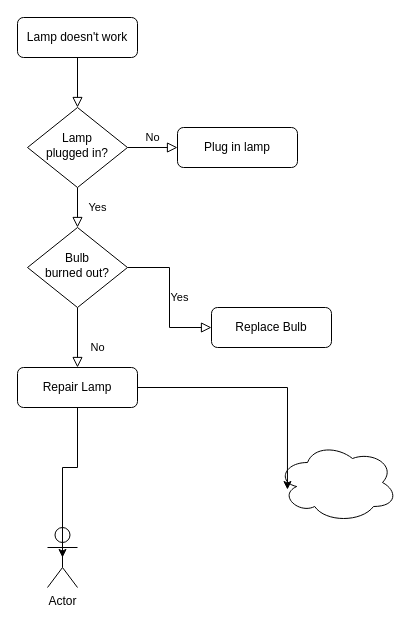
The draw.io diagram Diagrama sem nome.drawio in Helenyukari/BootCamp-Analise-de-Dados-com-Power-BI, before the edit. Source tidied: cells renumbered, new cells numbered last; positions are measured from the earlier drawing's top-left corner, leaving out a move shared by most shapes. Both pictures are drawn from the tidied source at 100%, with x=0, y=0 at pixel (17, 17).
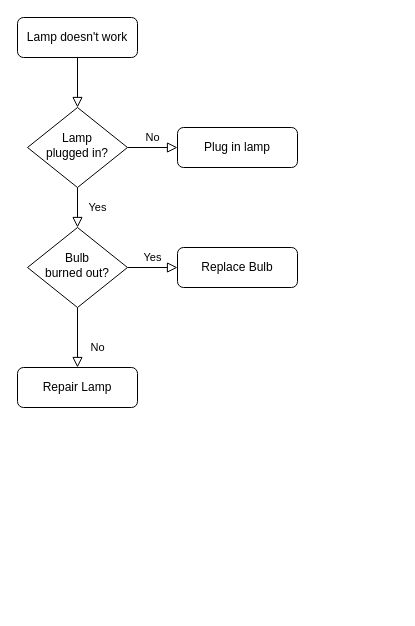
Above is the later version.

Diff of the diagram source:
```diff
@@
 <mxGraphModel>
   <root>
     <mxCell id="0" />
     <mxCell id="1" parent="0" />
     <mxCell id="2" style="rounded=0;html=1;jettySize=auto;fontSize=11;endArrow=block;endFill=0;endSize=8;strokeWidth=1;shadow=0;labelBackgroundColor=none;edgeStyle=orthogonalEdgeStyle;" parent="1" edge="1" source="3" target="6">
       <mxGeometry relative="1" as="geometry" />
     </mxCell>
     <mxCell id="3" value="Lamp doesn't work" style="rounded=1;whiteSpace=wrap;html=1;fontSize=12;glass=0;strokeWidth=1;shadow=0;" parent="1" vertex="1">
       <mxGeometry width="120" height="40" as="geometry" />
     </mxCell>
     <mxCell id="4" value="Yes" style="rounded=0;html=1;jettySize=auto;fontSize=11;endArrow=block;endFill=0;endSize=8;strokeWidth=1;shadow=0;labelBackgroundColor=none;edgeStyle=orthogonalEdgeStyle;" parent="1" edge="1" source="6" target="10">
       <mxGeometry y="20" relative="1" as="geometry" />
     </mxCell>
     <mxCell id="5" value="No" style="edgeStyle=orthogonalEdgeStyle;rounded=0;html=1;jettySize=auto;fontSize=11;endArrow=block;endFill=0;endSize=8;strokeWidth=1;shadow=0;labelBackgroundColor=none;" parent="1" edge="1" source="6" target="7">
       <mxGeometry y="10" relative="1" as="geometry" />
     </mxCell>
     <mxCell id="6" value="Lamp&lt;br&gt;plugged in?" style="rhombus;whiteSpace=wrap;html=1;shadow=0;fontFamily=Helvetica;fontSize=12;align=center;strokeWidth=1;spacing=6;spacingTop=-4;" parent="1" vertex="1">
       <mxGeometry x="10" y="90" width="100" height="80" as="geometry" />
     </mxCell>
     <mxCell id="7" value="Plug in lamp" style="rounded=1;whiteSpace=wrap;html=1;fontSize=12;glass=0;strokeWidth=1;shadow=0;" parent="1" vertex="1">
       <mxGeometry x="160" y="110" width="120" height="40" as="geometry" />
     </mxCell>
     <mxCell id="8" value="No" style="rounded=0;html=1;jettySize=auto;fontSize=11;endArrow=block;endFill=0;endSize=8;strokeWidth=1;shadow=0;labelBackgroundColor=none;edgeStyle=orthogonalEdgeStyle;" parent="1" edge="1" source="10" target="11">
       <mxGeometry x="0.33" y="20" relative="1" as="geometry" />
     </mxCell>
     <mxCell id="9" value="Yes" style="edgeStyle=orthogonalEdgeStyle;rounded=0;html=1;jettySize=auto;fontSize=11;endArrow=block;endFill=0;endSize=8;strokeWidth=1;shadow=0;labelBackgroundColor=none;" parent="1" edge="1" source="10" target="12">
       <mxGeometry y="10" relative="1" as="geometry" />
     </mxCell>
     <mxCell id="10" value="Bulb&lt;br&gt;burned out?" style="rhombus;whiteSpace=wrap;html=1;shadow=0;fontFamily=Helvetica;fontSize=12;align=center;strokeWidth=1;spacing=6;spacingTop=-4;" parent="1" vertex="1">
       <mxGeometry x="10" y="210" width="100" height="80" as="geometry" />
     </mxCell>
     <mxCell id="11" value="Repair Lamp" style="rounded=1;whiteSpace=wrap;html=1;fontSize=12;glass=0;strokeWidth=1;shadow=0;" parent="1" vertex="1">
       <mxGeometry y="350" width="120" height="40" as="geometry" />
     </mxCell>
     <mxCell id="12" value="Replace Bulb" style="rounded=1;whiteSpace=wrap;html=1;fontSize=12;glass=0;strokeWidth=1;shadow=0;" parent="1" vertex="1">
-      <mxGeometry x="194" y="290" width="120" height="40" as="geometry" />
+      <mxGeometry x="160" y="230" width="120" height="40" as="geometry" />
     </mxCell>
-    <mxCell id="13" style="ellipse;shape=cloud;whiteSpace=wrap;html=1;" parent="1" vertex="1">
-      <mxGeometry x="260" y="425" width="120" height="80" as="geometry" />
-    </mxCell>
-    <mxCell id="14" style="edgeStyle=orthogonalEdgeStyle;rounded=0;jettySize=auto;html=1;entryX=0.083;entryY=0.588;entryDx=0;entryDy=0;entryPerimeter=0;" parent="1" edge="1" source="11" target="13">
-      <mxGeometry relative="1" as="geometry" />
-    </mxCell>
-    <mxCell id="15" value="Actor" style="shape=umlActor;verticalLabelPosition=bottom;verticalAlign=top;html=1;outlineConnect=0;" parent="1" vertex="1">
-      <mxGeometry x="30" y="510" width="30" height="60" as="geometry" />
-    </mxCell>
-    <mxCell id="16" style="edgeStyle=orthogonalEdgeStyle;rounded=0;jettySize=auto;html=1;entryX=0.5;entryY=0.5;entryDx=0;entryDy=0;entryPerimeter=0;" parent="1" edge="1" source="11" target="15">
-      <mxGeometry relative="1" as="geometry" />
-    </mxCell>
   </root>
 </mxGraphModel>
```
